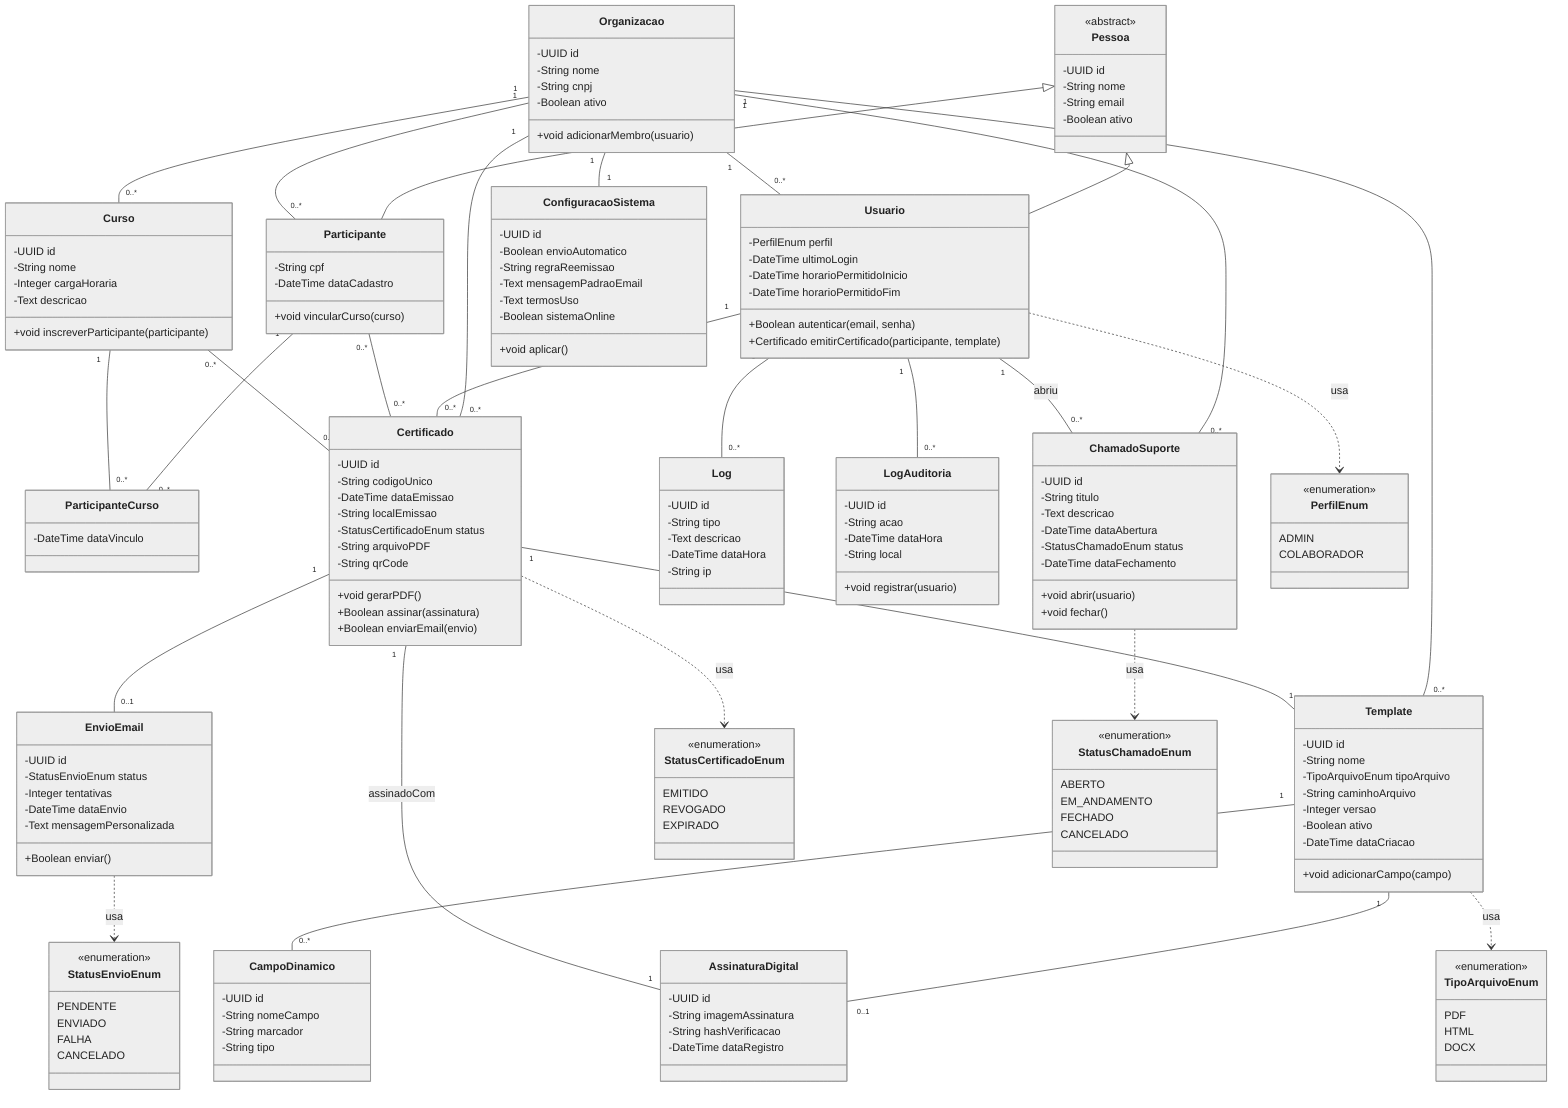
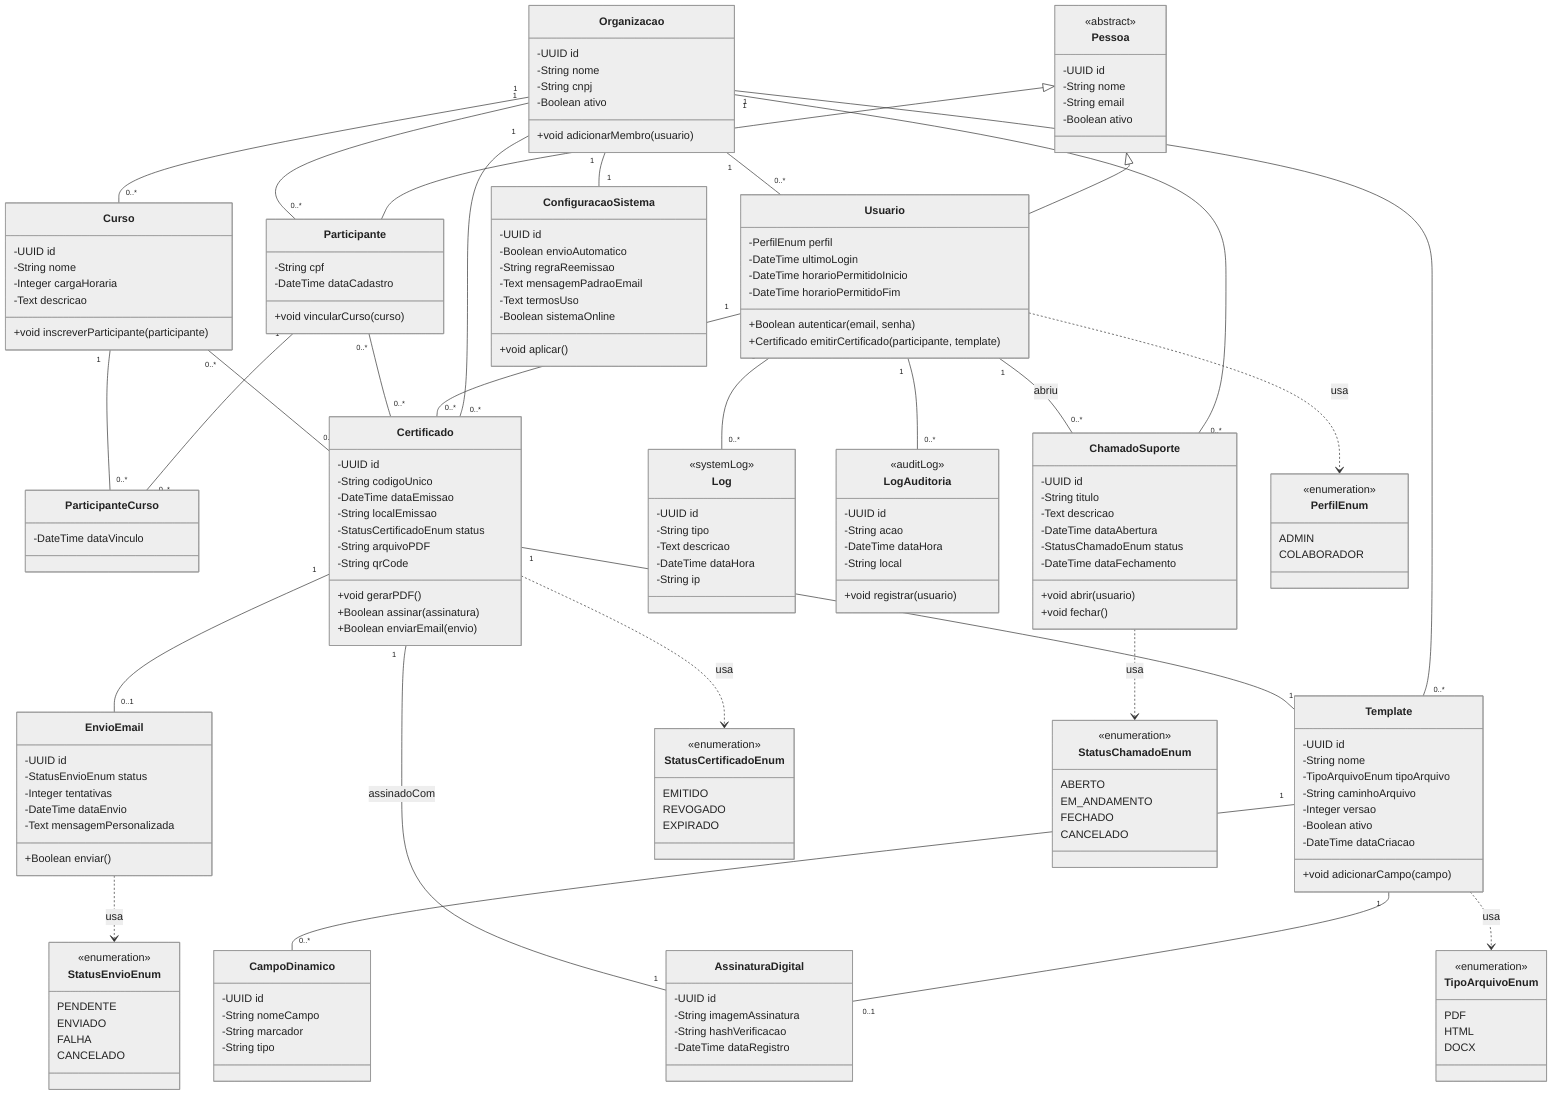
%%{init: {'theme': 'neutral', 'themeVariables': {'lineColor': '#333333', 'primaryTextColor': '#222222', 'primaryColor': '#f4f4f4', 'primaryBorderColor': '#333333', 'secondaryColor': '#ffffff'}}}%%
classDiagram
    class Pessoa {
      <<abstract>>
      -UUID id
      -String nome
      -String email
      -Boolean ativo
    }
    class Usuario {
      -PerfilEnum perfil
      -DateTime ultimoLogin
      -DateTime horarioPermitidoInicio
      -DateTime horarioPermitidoFim
      +Boolean autenticar(email, senha)
      +Certificado emitirCertificado(participante, template)
    }
    class Participante {
      -String cpf
      -DateTime dataCadastro
      +void vincularCurso(curso)
    }
    class Organizacao {
      -UUID id
      -String nome
      -String cnpj
      -Boolean ativo
      +void adicionarMembro(usuario)
    }
    class Curso {
      -UUID id
      -String nome
      -Integer cargaHoraria
      -Text descricao
      +void inscreverParticipante(participante)
    }
    class ParticipanteCurso {
      -DateTime dataVinculo
    }
    class Template {
      -UUID id
      -String nome
      -TipoArquivoEnum tipoArquivo
      -String caminhoArquivo
      -Integer versao
      -Boolean ativo
      -DateTime dataCriacao
      +void adicionarCampo(campo)
    }
    class CampoDinamico {
      -UUID id
      -String nomeCampo
      -String marcador
      -String tipo
    }
    class AssinaturaDigital {
      -UUID id
      -String imagemAssinatura
      -String hashVerificacao
      -DateTime dataRegistro
    }
    class Certificado {
      -UUID id
      -String codigoUnico
      -DateTime dataEmissao
      -String localEmissao
      -StatusCertificadoEnum status
      -String arquivoPDF
      -String qrCode
      +void gerarPDF()
      +Boolean assinar(assinatura)
      +Boolean enviarEmail(envio)
    }
    class EnvioEmail {
      -UUID id
      -StatusEnvioEnum status
      -Integer tentativas
      -DateTime dataEnvio
      -Text mensagemPersonalizada
      +Boolean enviar()
    }
    class Log {
+       <<systemLog>>
      -UUID id
      -String tipo
      -Text descricao
      -DateTime dataHora
      -String ip
    }
    class LogAuditoria {
+       <<auditLog>>
      -UUID id
      -String acao
      -DateTime dataHora
      -String local
      +void registrar(usuario)
    }
    class ConfiguracaoSistema {
      -UUID id
      -Boolean envioAutomatico
      -String regraReemissao
      -Text mensagemPadraoEmail
      -Text termosUso
      -Boolean sistemaOnline
      +void aplicar()
    }
    class ChamadoSuporte {
      -UUID id
      -String titulo
      -Text descricao
      -DateTime dataAbertura
      -StatusChamadoEnum status
      -DateTime dataFechamento
      +void abrir(usuario)
      +void fechar()
    }

    class PerfilEnum {
      <<enumeration>>
      ADMIN
      COLABORADOR
    }
    class TipoArquivoEnum {
      <<enumeration>>
      PDF
      HTML
      DOCX
    }
    class StatusCertificadoEnum {
      <<enumeration>>
      EMITIDO
      REVOGADO
      EXPIRADO
    }
    class StatusEnvioEnum {
      <<enumeration>>
      PENDENTE
      ENVIADO
      FALHA
      CANCELADO
    }
    class StatusChamadoEnum {
      <<enumeration>>
      ABERTO
      EM_ANDAMENTO
      FECHADO
      CANCELADO
    }

    Pessoa <|-- Usuario
    Pessoa <|-- Participante

    Organizacao "1" -- "0..*" Usuario
    Organizacao "1" -- "0..*" Participante
    Organizacao "1" -- "0..*" Curso
    Organizacao "1" -- "0..*" Template
    Organizacao "1" -- "0..*" Certificado
    Organizacao "1" -- "1" ConfiguracaoSistema
    Organizacao "1" -- "0..*" ChamadoSuporte

    Participante "1" -- "0..*" ParticipanteCurso
    Curso "1" -- "0..*" ParticipanteCurso
    Template "1" -- "0..*" CampoDinamico
    Template "1" -- "0..1" AssinaturaDigital

    Usuario "1" -- "0..*" Certificado : emitiu
    Usuario "1" -- "0..*" Log
    Usuario "1" -- "0..*" LogAuditoria
    Usuario "1" -- "0..*" ChamadoSuporte : abriu

    Participante "0..*" -- "0..*" Certificado
    Curso "0..*" -- "0..*" Certificado

    Certificado "1" -- "0..1" EnvioEmail
    Certificado "1" -- "1" Template
    Certificado "1" -- "1" AssinaturaDigital : assinadoCom

    Usuario ..> PerfilEnum : usa
    Template ..> TipoArquivoEnum : usa
    Certificado ..> StatusCertificadoEnum : usa
    EnvioEmail ..> StatusEnvioEnum : usa
    ChamadoSuporte ..> StatusChamadoEnum : usa
